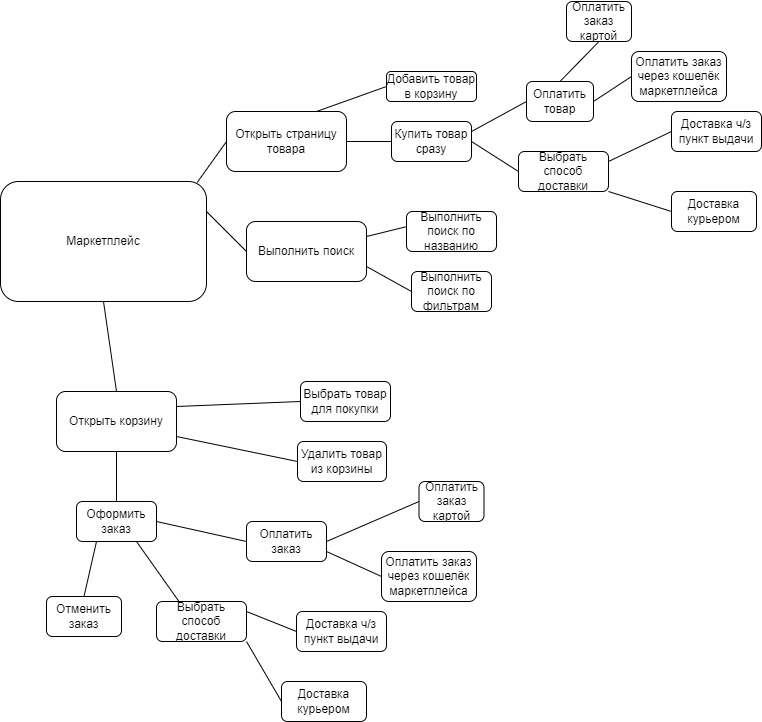
The draw.io diagram intel_card.png in Involuntar/Test, before a commit. Source tidied: cells renumbered, new cells last; positions are measured from the earlier drawing's top-left corner, leaving out a move shared by most shapes.
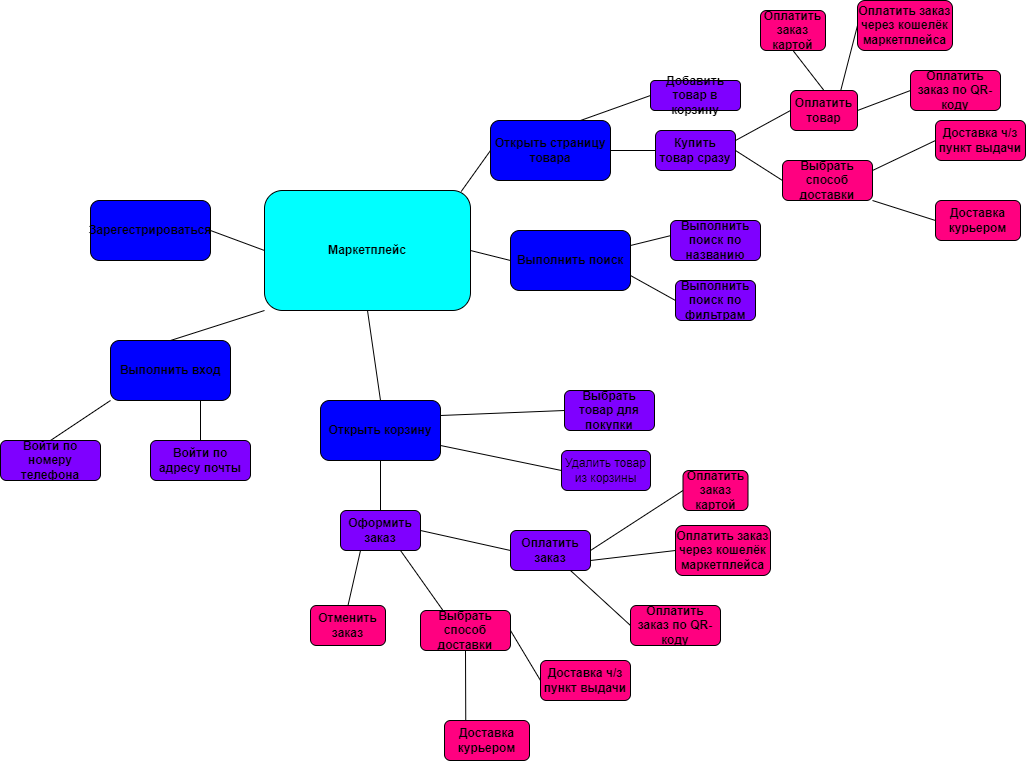
After the commit.

Diff of the diagram source:
```diff
@@ -2,31 +2,31 @@
   <root>
     <mxCell id="0" />
     <mxCell id="1" parent="0" />
-    <mxCell id="2" value="Маркетплейс" style="rounded=1;whiteSpace=wrap;html=1;" parent="1" vertex="1">
+    <mxCell id="2" value="Маркетплейс" style="rounded=1;whiteSpace=wrap;html=1;fillColor=#00FFFF;fontStyle=1;" parent="1" vertex="1">
       <mxGeometry y="180" width="206" height="120" as="geometry" />
     </mxCell>
     <mxCell id="3" style="endArrow=none;html=1;rounded=0;exitX=0.955;exitY=0.008;exitDx=0;exitDy=0;entryX=0;entryY=0.5;entryDx=0;entryDy=0;exitPerimeter=0;" parent="1" edge="1" source="2" target="4">
       <mxGeometry relative="1" as="geometry" />
     </mxCell>
-    <mxCell id="4" value="Открыть страницу товара" style="rounded=1;whiteSpace=wrap;html=1;" parent="1" vertex="1">
+    <mxCell id="4" value="Открыть страницу товара" style="rounded=1;whiteSpace=wrap;html=1;fillColor=#0000FF;fontStyle=1;" parent="1" vertex="1">
       <mxGeometry x="226" y="110" width="120" height="60" as="geometry" />
     </mxCell>
-    <mxCell id="5" value="Открыть корзину" style="rounded=1;whiteSpace=wrap;html=1;" parent="1" vertex="1">
+    <mxCell id="5" value="Открыть корзину" style="rounded=1;whiteSpace=wrap;html=1;fillColor=#0000FF;fontStyle=1;" parent="1" vertex="1">
       <mxGeometry x="56" y="390" width="120" height="60" as="geometry" />
     </mxCell>
     <mxCell id="6" style="endArrow=none;html=1;rounded=0;exitX=0.5;exitY=1;exitDx=0;exitDy=0;entryX=0.5;entryY=0;entryDx=0;entryDy=0;" parent="1" edge="1" source="2" target="5">
       <mxGeometry relative="1" as="geometry" />
     </mxCell>
-    <mxCell id="7" value="Выполнить поиск" style="rounded=1;whiteSpace=wrap;html=1;" parent="1" vertex="1">
+    <mxCell id="7" value="Выполнить поиск" style="rounded=1;whiteSpace=wrap;html=1;fillColor=#0000FF;fontStyle=1;" parent="1" vertex="1">
       <mxGeometry x="246" y="220" width="120" height="60" as="geometry" />
     </mxCell>
-    <mxCell id="8" style="endArrow=none;html=1;rounded=0;exitX=1;exitY=0.25;exitDx=0;exitDy=0;entryX=0;entryY=0.5;entryDx=0;entryDy=0;" parent="1" edge="1" source="2" target="7">
+    <mxCell id="8" style="endArrow=none;html=1;rounded=0;exitX=1;exitY=0.5;exitDx=0;exitDy=0;entryX=0;entryY=0.5;entryDx=0;entryDy=0;" parent="1" edge="1" source="2" target="7">
       <mxGeometry relative="1" as="geometry" />
     </mxCell>
-    <mxCell id="9" value="Выбрать товар для покупки" style="rounded=1;whiteSpace=wrap;html=1;" parent="1" vertex="1">
+    <mxCell id="9" value="Выбрать товар для покупки" style="rounded=1;whiteSpace=wrap;html=1;fillColor=#7F00FF;fontStyle=1;" parent="1" vertex="1">
       <mxGeometry x="300" y="380" width="90" height="40" as="geometry" />
     </mxCell>
-    <mxCell id="10" value="Удалить товар из корзины" style="rounded=1;whiteSpace=wrap;html=1;" parent="1" vertex="1">
+    <mxCell id="10" value="Удалить товар из корзины" style="rounded=1;whiteSpace=wrap;html=1;fillColor=#7F00FF;" parent="1" vertex="1">
       <mxGeometry x="297" y="440" width="89" height="40" as="geometry" />
     </mxCell>
     <mxCell id="11" style="endArrow=none;html=1;rounded=0;entryX=0;entryY=0.5;entryDx=0;entryDy=0;exitX=1;exitY=0.25;exitDx=0;exitDy=0;" parent="1" edge="1" source="5" target="9">
@@ -35,16 +35,16 @@
     <mxCell id="12" style="endArrow=none;html=1;rounded=0;entryX=0;entryY=0.5;entryDx=0;entryDy=0;exitX=1;exitY=0.75;exitDx=0;exitDy=0;" parent="1" edge="1" source="5" target="10">
       <mxGeometry relative="1" as="geometry" />
     </mxCell>
-    <mxCell id="13" value="Оформить заказ" style="rounded=1;whiteSpace=wrap;html=1;" parent="1" vertex="1">
+    <mxCell id="13" value="Оформить заказ" style="rounded=1;whiteSpace=wrap;html=1;fillColor=#7F00FF;fontStyle=1;" parent="1" vertex="1">
       <mxGeometry x="76" y="500" width="80" height="40" as="geometry" />
     </mxCell>
     <mxCell id="14" style="endArrow=none;html=1;rounded=0;entryX=0.5;entryY=0;entryDx=0;entryDy=0;exitX=0.5;exitY=1;exitDx=0;exitDy=0;" parent="1" edge="1" source="5" target="13">
       <mxGeometry relative="1" as="geometry" />
     </mxCell>
-    <mxCell id="15" value="Добавить товар в корзину" style="rounded=1;whiteSpace=wrap;html=1;" parent="1" vertex="1">
+    <mxCell id="15" value="Добавить товар в корзину" style="rounded=1;whiteSpace=wrap;html=1;fillColor=#7F00FF;fontStyle=1;" parent="1" vertex="1">
       <mxGeometry x="386" y="70" width="90" height="30" as="geometry" />
     </mxCell>
-    <mxCell id="16" value="Купить товар сразу" style="rounded=1;whiteSpace=wrap;html=1;" parent="1" vertex="1">
+    <mxCell id="16" value="Купить товар сразу" style="rounded=1;whiteSpace=wrap;html=1;fillColor=#7F00FF;fontStyle=1;" parent="1" vertex="1">
       <mxGeometry x="391" y="120" width="80" height="40" as="geometry" />
     </mxCell>
     <mxCell id="17" style="endArrow=none;html=1;rounded=0;entryX=0;entryY=0.5;entryDx=0;entryDy=0;exitX=0.75;exitY=0;exitDx=0;exitDy=0;" parent="1" edge="1" source="4" target="15">
@@ -53,10 +53,10 @@
     <mxCell id="18" style="endArrow=none;html=1;rounded=0;entryX=0;entryY=0.5;entryDx=0;entryDy=0;exitX=1;exitY=0.5;exitDx=0;exitDy=0;" parent="1" edge="1" source="4" target="16">
       <mxGeometry relative="1" as="geometry" />
     </mxCell>
-    <mxCell id="19" value="Выполнить поиск по названию" style="rounded=1;whiteSpace=wrap;html=1;" parent="1" vertex="1">
+    <mxCell id="19" value="Выполнить поиск по названию" style="rounded=1;whiteSpace=wrap;html=1;fillColor=#7F00FF;fontStyle=1;" parent="1" vertex="1">
       <mxGeometry x="406" y="210" width="90" height="40" as="geometry" />
     </mxCell>
-    <mxCell id="20" value="Выполнить поиск по фильтрам" style="rounded=1;whiteSpace=wrap;html=1;" parent="1" vertex="1">
+    <mxCell id="20" value="Выполнить поиск по фильтрам" style="rounded=1;whiteSpace=wrap;html=1;fillColor=#7F00FF;fontStyle=1;" parent="1" vertex="1">
       <mxGeometry x="411" y="270" width="80" height="40" as="geometry" />
     </mxCell>
     <mxCell id="21" style="endArrow=none;html=1;rounded=0;entryX=-0.007;entryY=0.383;entryDx=0;entryDy=0;entryPerimeter=0;exitX=1;exitY=0.25;exitDx=0;exitDy=0;" parent="1" edge="1" source="7" target="19">
@@ -65,37 +65,37 @@
     <mxCell id="22" style="endArrow=none;html=1;rounded=0;entryX=0;entryY=0.5;entryDx=0;entryDy=0;exitX=1;exitY=0.75;exitDx=0;exitDy=0;" parent="1" edge="1" source="7" target="20">
       <mxGeometry relative="1" as="geometry" />
     </mxCell>
-    <mxCell id="23" value="Выбрать способ доставки" style="rounded=1;whiteSpace=wrap;html=1;" parent="1" vertex="1">
+    <mxCell id="23" value="Выбрать способ доставки" style="rounded=1;whiteSpace=wrap;html=1;fillColor=#FF0080;fontStyle=1;" parent="1" vertex="1">
       <mxGeometry x="156" y="600" width="90" height="40" as="geometry" />
     </mxCell>
-    <mxCell id="24" value="Доставка курьером" style="rounded=1;whiteSpace=wrap;html=1;" parent="1" vertex="1">
-      <mxGeometry x="281" y="680" width="85" height="40" as="geometry" />
+    <mxCell id="24" value="Доставка курьером" style="rounded=1;whiteSpace=wrap;html=1;fillColor=#FF0080;fontStyle=1;" parent="1" vertex="1">
+      <mxGeometry x="180" y="710" width="85" height="40" as="geometry" />
     </mxCell>
-    <mxCell id="25" value="Доставка ч/з пункт выдачи" style="rounded=1;whiteSpace=wrap;html=1;" parent="1" vertex="1">
-      <mxGeometry x="296" y="610" width="90" height="40" as="geometry" />
+    <mxCell id="25" value="Доставка ч/з пункт выдачи" style="rounded=1;whiteSpace=wrap;html=1;fillColor=#FF0080;fontStyle=1;" parent="1" vertex="1">
+      <mxGeometry x="276" y="650" width="90" height="40" as="geometry" />
     </mxCell>
     <mxCell id="26" style="endArrow=none;html=1;rounded=0;entryX=0.75;entryY=1;entryDx=0;entryDy=0;exitX=0.25;exitY=0;exitDx=0;exitDy=0;" parent="1" edge="1" source="23" target="13">
       <mxGeometry relative="1" as="geometry" />
     </mxCell>
-    <mxCell id="27" style="endArrow=none;html=1;rounded=0;entryX=1;entryY=1;entryDx=0;entryDy=0;exitX=0;exitY=0.5;exitDx=0;exitDy=0;" parent="1" edge="1" source="24" target="23">
+    <mxCell id="27" style="endArrow=none;html=1;rounded=0;entryX=0.5;entryY=1;entryDx=0;entryDy=0;exitX=0.25;exitY=0;exitDx=0;exitDy=0;" parent="1" edge="1" source="24" target="23">
       <mxGeometry relative="1" as="geometry" />
     </mxCell>
-    <mxCell id="28" style="endArrow=none;html=1;rounded=0;entryX=1;entryY=0.25;entryDx=0;entryDy=0;exitX=0;exitY=0.5;exitDx=0;exitDy=0;" parent="1" edge="1" source="25" target="23">
+    <mxCell id="28" style="endArrow=none;html=1;rounded=0;entryX=1;entryY=0.5;entryDx=0;entryDy=0;exitX=0;exitY=0.5;exitDx=0;exitDy=0;" parent="1" edge="1" source="25" target="23">
       <mxGeometry relative="1" as="geometry" />
     </mxCell>
-    <mxCell id="29" value="Отменить заказ" style="rounded=1;whiteSpace=wrap;html=1;" parent="1" vertex="1">
+    <mxCell id="29" value="Отменить заказ" style="rounded=1;whiteSpace=wrap;html=1;fillColor=#FF0080;fontStyle=1;" parent="1" vertex="1">
       <mxGeometry x="46" y="595" width="75" height="40" as="geometry" />
     </mxCell>
     <mxCell id="30" style="endArrow=none;html=1;rounded=0;entryX=0.25;entryY=1;entryDx=0;entryDy=0;exitX=0.5;exitY=0;exitDx=0;exitDy=0;" parent="1" edge="1" source="29" target="13">
       <mxGeometry relative="1" as="geometry" />
     </mxCell>
-    <mxCell id="31" value="Выбрать способ доставки" style="rounded=1;whiteSpace=wrap;html=1;" parent="1" vertex="1">
+    <mxCell id="31" value="Выбрать способ доставки" style="rounded=1;whiteSpace=wrap;html=1;fillColor=#FF0080;fontStyle=1;" parent="1" vertex="1">
       <mxGeometry x="518" y="150" width="90" height="40" as="geometry" />
     </mxCell>
-    <mxCell id="32" value="Доставка курьером" style="rounded=1;whiteSpace=wrap;html=1;" parent="1" vertex="1">
+    <mxCell id="32" value="Доставка курьером" style="rounded=1;whiteSpace=wrap;html=1;fillColor=#FF0080;fontStyle=1;" parent="1" vertex="1">
       <mxGeometry x="671" y="190" width="85" height="40" as="geometry" />
     </mxCell>
-    <mxCell id="33" value="Доставка ч/з пункт выдачи" style="rounded=1;whiteSpace=wrap;html=1;" parent="1" vertex="1">
+    <mxCell id="33" value="Доставка ч/з пункт выдачи" style="rounded=1;whiteSpace=wrap;html=1;fillColor=#FF0080;fontStyle=1;" parent="1" vertex="1">
       <mxGeometry x="671" y="110" width="90" height="40" as="geometry" />
     </mxCell>
     <mxCell id="34" style="endArrow=none;html=1;rounded=0;entryX=1;entryY=1;entryDx=0;entryDy=0;exitX=0;exitY=0.5;exitDx=0;exitDy=0;" parent="1" edge="1" source="32" target="31">
@@ -107,23 +107,23 @@
     <mxCell id="36" style="endArrow=none;html=1;rounded=0;entryX=0;entryY=0.5;entryDx=0;entryDy=0;exitX=1;exitY=0.5;exitDx=0;exitDy=0;" parent="1" edge="1" source="16" target="31">
       <mxGeometry relative="1" as="geometry" />
     </mxCell>
-    <mxCell id="37" value="Оплатить заказ" style="rounded=1;whiteSpace=wrap;html=1;" parent="1" vertex="1">
+    <mxCell id="37" value="Оплатить заказ" style="rounded=1;whiteSpace=wrap;html=1;fillColor=#7F00FF;fontStyle=1;" parent="1" vertex="1">
       <mxGeometry x="246" y="520" width="80" height="40" as="geometry" />
     </mxCell>
     <mxCell id="38" style="endArrow=none;html=1;rounded=0;entryX=0;entryY=0.5;entryDx=0;entryDy=0;exitX=1;exitY=0.5;exitDx=0;exitDy=0;" parent="1" edge="1" source="13" target="37">
       <mxGeometry relative="1" as="geometry" />
     </mxCell>
-    <mxCell id="39" value="Оплатить товар" style="rounded=1;whiteSpace=wrap;html=1;" parent="1" vertex="1">
+    <mxCell id="39" value="Оплатить товар" style="rounded=1;whiteSpace=wrap;html=1;fillColor=#FF0080;fontStyle=1;" parent="1" vertex="1">
       <mxGeometry x="526" y="80" width="67" height="40" as="geometry" />
     </mxCell>
     <mxCell id="40" style="endArrow=none;html=1;rounded=0;exitX=1;exitY=0.25;exitDx=0;exitDy=0;entryX=0;entryY=0.5;entryDx=0;entryDy=0;" parent="1" edge="1" source="16" target="39">
       <mxGeometry relative="1" as="geometry" />
     </mxCell>
-    <mxCell id="41" value="Оплатить заказ картой" style="rounded=1;whiteSpace=wrap;html=1;" parent="1" vertex="1">
-      <mxGeometry x="418.5" y="480" width="65" height="40" as="geometry" />
+    <mxCell id="41" value="Оплатить заказ картой" style="rounded=1;whiteSpace=wrap;html=1;fillColor=#FF0080;fontStyle=1;" parent="1" vertex="1">
+      <mxGeometry x="418.5" y="460" width="65" height="40" as="geometry" />
     </mxCell>
-    <mxCell id="42" value="Оплатить заказ через кошелёк маркетплейса" style="rounded=1;whiteSpace=wrap;html=1;" parent="1" vertex="1">
-      <mxGeometry x="381" y="550" width="95" height="50" as="geometry" />
+    <mxCell id="42" value="Оплатить заказ через кошелёк маркетплейса" style="rounded=1;whiteSpace=wrap;html=1;fillColor=#FF0080;fontStyle=1;" parent="1" vertex="1">
+      <mxGeometry x="411" y="515" width="95" height="50" as="geometry" />
     </mxCell>
     <mxCell id="43" style="endArrow=none;html=1;rounded=0;entryX=0;entryY=0.5;entryDx=0;entryDy=0;exitX=1;exitY=0.75;exitDx=0;exitDy=0;" parent="1" edge="1" source="37" target="42">
       <mxGeometry relative="1" as="geometry" />
@@ -131,17 +131,53 @@
     <mxCell id="44" style="endArrow=none;html=1;rounded=0;entryX=0;entryY=0.5;entryDx=0;entryDy=0;exitX=1;exitY=0.5;exitDx=0;exitDy=0;" parent="1" edge="1" source="37" target="41">
       <mxGeometry relative="1" as="geometry" />
     </mxCell>
-    <mxCell id="45" value="Оплатить заказ картой" style="rounded=1;whiteSpace=wrap;html=1;" parent="1" vertex="1">
-      <mxGeometry x="566" width="65" height="40" as="geometry" />
+    <mxCell id="45" value="Оплатить заказ картой" style="rounded=1;whiteSpace=wrap;html=1;fillColor=#FF0080;fontStyle=1;" parent="1" vertex="1">
+      <mxGeometry x="496" width="65" height="40" as="geometry" />
     </mxCell>
-    <mxCell id="46" value="Оплатить заказ через кошелёк маркетплейса" style="rounded=1;whiteSpace=wrap;html=1;" parent="1" vertex="1">
-      <mxGeometry x="631" y="50" width="95" height="50" as="geometry" />
+    <mxCell id="46" value="Оплатить заказ через кошелёк маркетплейса" style="rounded=1;whiteSpace=wrap;html=1;fillColor=#FF0080;fontStyle=1;" parent="1" vertex="1">
+      <mxGeometry x="593" y="-10" width="95" height="50" as="geometry" />
     </mxCell>
     <mxCell id="47" style="endArrow=none;html=1;rounded=0;entryX=0.5;entryY=1;entryDx=0;entryDy=0;exitX=0.5;exitY=0;exitDx=0;exitDy=0;" parent="1" edge="1" source="39" target="45">
       <mxGeometry relative="1" as="geometry" />
     </mxCell>
-    <mxCell id="48" style="endArrow=none;html=1;rounded=0;entryX=0;entryY=0.5;entryDx=0;entryDy=0;exitX=1;exitY=0.5;exitDx=0;exitDy=0;" parent="1" edge="1" source="39" target="46">
+    <mxCell id="48" style="endArrow=none;html=1;rounded=0;entryX=0;entryY=0.5;entryDx=0;entryDy=0;exitX=0.75;exitY=0;exitDx=0;exitDy=0;" parent="1" edge="1" source="39" target="46">
       <mxGeometry relative="1" as="geometry" />
     </mxCell>
+    <mxCell id="49" value="Выполнить вход" style="rounded=1;whiteSpace=wrap;html=1;fillColor=#0000FF;fontStyle=1;" parent="1" vertex="1">
+      <mxGeometry x="-154" y="330" width="120" height="60" as="geometry" />
+    </mxCell>
+    <mxCell id="50" value="Зарегестрироваться" style="rounded=1;whiteSpace=wrap;html=1;fillColor=#0000FF;fontStyle=1;" parent="1" vertex="1">
+      <mxGeometry x="-174" y="190" width="120" height="60" as="geometry" />
+    </mxCell>
+    <mxCell id="51" style="endArrow=none;html=1;rounded=0;entryX=0;entryY=1;entryDx=0;entryDy=0;exitX=0.5;exitY=0;exitDx=0;exitDy=0;" parent="1" edge="1" source="49" target="2">
+      <mxGeometry relative="1" as="geometry" />
+    </mxCell>
+    <mxCell id="52" value="Войти по номеру телефона" style="rounded=1;whiteSpace=wrap;html=1;fillColor=#7F00FF;fontStyle=1;" parent="1" vertex="1">
+      <mxGeometry x="-264" y="430" width="100" height="40" as="geometry" />
+    </mxCell>
+    <mxCell id="53" value="Войти по адресу почты" style="rounded=1;whiteSpace=wrap;html=1;fillColor=#7F00FF;fontStyle=1;" parent="1" vertex="1">
+      <mxGeometry x="-114" y="430" width="100" height="40" as="geometry" />
+    </mxCell>
+    <mxCell id="54" style="endArrow=none;html=1;rounded=0;entryX=0;entryY=1;entryDx=0;entryDy=0;exitX=0.5;exitY=0;exitDx=0;exitDy=0;" parent="1" edge="1" source="52" target="49">
+      <mxGeometry relative="1" as="geometry" />
+    </mxCell>
+    <mxCell id="55" style="endArrow=none;html=1;rounded=0;entryX=0.75;entryY=1;entryDx=0;entryDy=0;exitX=0.5;exitY=0;exitDx=0;exitDy=0;" parent="1" edge="1" source="53" target="49">
+      <mxGeometry relative="1" as="geometry" />
+    </mxCell>
+    <mxCell id="56" style="endArrow=none;html=1;rounded=0;entryX=1;entryY=0.5;entryDx=0;entryDy=0;exitX=0;exitY=0.5;exitDx=0;exitDy=0;" parent="1" edge="1" source="2" target="50">
+      <mxGeometry relative="1" as="geometry" />
+    </mxCell>
+    <mxCell id="57" value="Оплатить заказ по QR-коду" style="rounded=1;whiteSpace=wrap;html=1;fillColor=#FF0080;fontStyle=1;" parent="1" vertex="1">
+      <mxGeometry x="646" y="60" width="90" height="40" as="geometry" />
+    </mxCell>
+    <mxCell id="58" style="endArrow=none;html=1;rounded=0;entryX=0;entryY=0.5;entryDx=0;entryDy=0;exitX=1;exitY=0.5;exitDx=0;exitDy=0;" parent="1" edge="1" source="39" target="57">
+      <mxGeometry relative="1" as="geometry" />
+    </mxCell>
+    <mxCell id="59" value="Оплатить заказ по QR-коду" style="rounded=1;whiteSpace=wrap;html=1;fillColor=#FF0080;fontStyle=1;" parent="1" vertex="1">
+      <mxGeometry x="366" y="595" width="90" height="40" as="geometry" />
+    </mxCell>
+    <mxCell id="60" style="endArrow=none;html=1;rounded=0;entryX=0;entryY=0.5;entryDx=0;entryDy=0;exitX=0.75;exitY=1;exitDx=0;exitDy=0;" parent="1" edge="1" source="37" target="59">
+      <mxGeometry relative="1" as="geometry" />
+    </mxCell>
   </root>
 </mxGraphModel>
```
